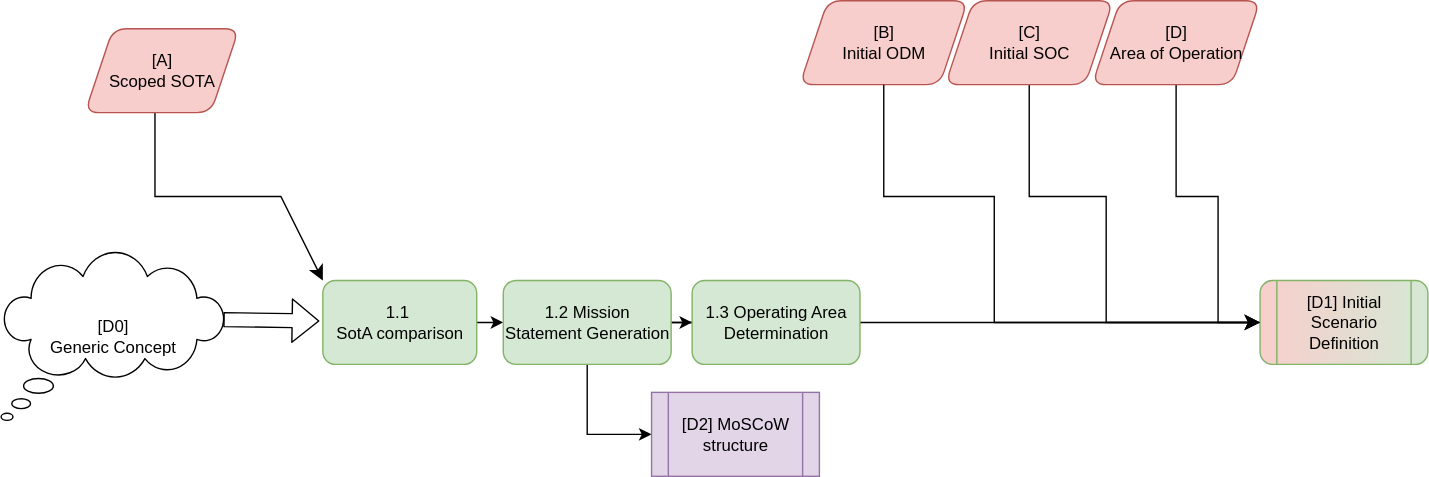
This is diagrams/step-1.svg from TortoiseFather/sacred-site, a draw.io export, as it was before one commit. Source tidied: cells renumbered, new cells last; positions are measured from the earlier drawing's top-left corner, leaving out a move shared by most shapes.
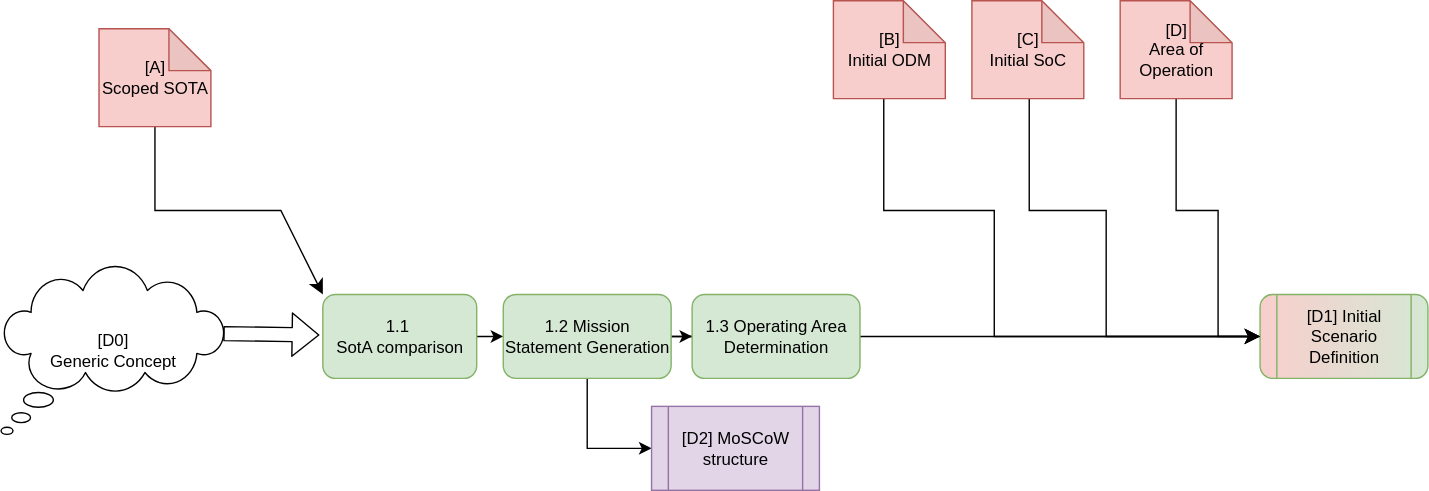
Later version of the same file.

The edit, as a diff of the source:
```diff
@@ -36,9 +36,6 @@
         </Array>
       </mxGeometry>
     </mxCell>
-    <mxCell id="10" value="&lt;div&gt;&lt;span style=&quot;color: rgb(0, 0, 0);&quot;&gt;[A]&lt;/span&gt;&lt;/div&gt;&lt;div&gt;&lt;span style=&quot;color: rgb(0, 0, 0);&quot;&gt;Scoped SOTA&lt;/span&gt;&lt;/div&gt;" style="shape=parallelogram;perimeter=parallelogramPerimeter;whiteSpace=wrap;html=1;fixedSize=1;rounded=1;strokeColor=#b85450;fillColor=#f8cecc;" parent="1" vertex="1">
-      <mxGeometry x="60" y="20" width="110" height="60" as="geometry" />
-    </mxCell>
     <mxCell id="11" value="&lt;div&gt;1.1&amp;nbsp;&lt;/div&gt;&lt;div&gt;SotA comparison&lt;/div&gt;" style="rounded=1;whiteSpace=wrap;html=1;strokeColor=#82b366;fillColor=#d5e8d4;" parent="1" vertex="1">
       <mxGeometry x="230" y="200" width="110" height="60" as="geometry" />
     </mxCell>
@@ -48,8 +45,9 @@
     <mxCell id="13" value="1.3 Operating Area Determination" style="rounded=1;whiteSpace=wrap;html=1;strokeColor=#82b366;fillColor=#d5e8d4;" parent="1" vertex="1">
       <mxGeometry x="494" y="200" width="120" height="60" as="geometry" />
     </mxCell>
-    <mxCell id="14" style="edgeStyle=none;curved=0;rounded=0;jettySize=auto;html=1;entryX=0;entryY=0.5;entryDx=0;entryDy=0;fontSize=12;startSize=8;endSize=8;strokeColor=#000000;" parent="1" edge="1" source="15">
+    <mxCell id="14" style="edgeStyle=none;curved=0;rounded=0;orthogonalLoop=1;jettySize=auto;html=1;entryX=0;entryY=0.5;entryDx=0;entryDy=0;fontSize=12;startSize=8;endSize=8;strokeColor=#000000;" parent="1" edge="1">
       <mxGeometry relative="1" as="geometry">
+        <mxPoint x="840" y="60" as="sourcePoint" />
         <mxPoint x="930" y="230" as="targetPoint" />
         <Array as="points">
           <mxPoint x="840" y="140" />
@@ -58,17 +56,12 @@
         </Array>
       </mxGeometry>
     </mxCell>
-    <mxCell id="15" value="[D]&lt;div&gt;&lt;span style=&quot;color: rgb(0, 0, 0);&quot;&gt;Area of Operation&lt;/span&gt;&lt;/div&gt;" style="shape=parallelogram;perimeter=parallelogramPerimeter;whiteSpace=wrap;html=1;fixedSize=1;rounded=1;strokeColor=#b85450;fillColor=#f8cecc;" parent="1" vertex="1">
-      <mxGeometry x="780" width="120" height="60" as="geometry" />
-    </mxCell>
     <mxCell id="16" value="[D1] Initial Scenario Definition" style="shape=process;whiteSpace=wrap;html=1;backgroundOutline=1;rounded=1;strokeColor=#82b366;fillColor=#d5e8d4;gradientDirection=west;gradientColor=#F8CECC;" parent="1" vertex="1">
       <mxGeometry x="900" y="200" width="120" height="60" as="geometry" />
     </mxCell>
-    <mxCell id="17" value="&lt;div&gt;&lt;span style=&quot;color: rgb(0, 0, 0);&quot;&gt;[B]&lt;/span&gt;&lt;/div&gt;&lt;div&gt;&lt;span style=&quot;color: rgb(0, 0, 0);&quot;&gt;Initial ODM&lt;/span&gt;&lt;/div&gt;" style="shape=parallelogram;perimeter=parallelogramPerimeter;whiteSpace=wrap;html=1;fixedSize=1;rounded=1;strokeColor=#b85450;fillColor=#f8cecc;" parent="1" vertex="1">
-      <mxGeometry x="571" width="120" height="60" as="geometry" />
-    </mxCell>
-    <mxCell id="18" style="edgeStyle=none;curved=0;rounded=0;jettySize=auto;html=1;exitX=0.5;exitY=1;exitDx=0;exitDy=0;entryX=0;entryY=0.5;entryDx=0;entryDy=0;fontSize=12;startSize=8;endSize=8;strokeColor=#000000;" parent="1" edge="1" source="19" target="16">
+    <mxCell id="18" style="edgeStyle=none;curved=0;rounded=0;jettySize=auto;html=1;exitX=0.5;exitY=1;exitDx=0;exitDy=0;entryX=0;entryY=0.5;entryDx=0;entryDy=0;fontSize=12;startSize=8;endSize=8;strokeColor=#000000;" parent="1" edge="1" target="16">
       <mxGeometry relative="1" as="geometry">
+        <mxPoint x="735" y="60" as="sourcePoint" />
         <Array as="points">
           <mxPoint x="735" y="140" />
           <mxPoint x="790" y="140" />
@@ -76,11 +69,9 @@
         </Array>
       </mxGeometry>
     </mxCell>
-    <mxCell id="19" value="&lt;span style=&quot;color: rgb(0, 0, 0);&quot;&gt;[C]&lt;/span&gt;&lt;div&gt;&lt;span style=&quot;color: rgb(0, 0, 0);&quot;&gt;Initial SOC&lt;/span&gt;&lt;/div&gt;" style="shape=parallelogram;perimeter=parallelogramPerimeter;whiteSpace=wrap;html=1;fixedSize=1;rounded=1;strokeColor=#b85450;fillColor=#f8cecc;" parent="1" vertex="1">
-      <mxGeometry x="675" width="120" height="60" as="geometry" />
-    </mxCell>
-    <mxCell id="20" style="endArrow=classic;html=1;rounded=0;fontSize=12;startSize=8;endSize=8;curved=0;exitX=0.5;exitY=1;exitDx=0;exitDy=0;entryX=0;entryY=0.5;entryDx=0;entryDy=0;strokeColor=#000000;" parent="1" edge="1" source="17" target="16">
+    <mxCell id="20" style="endArrow=classic;html=1;rounded=0;fontSize=12;startSize=8;endSize=8;curved=0;exitX=0.5;exitY=1;exitDx=0;exitDy=0;entryX=0;entryY=0.5;entryDx=0;entryDy=0;strokeColor=#000000;" parent="1" edge="1" target="16">
       <mxGeometry relative="1" as="geometry">
+        <mxPoint x="631" y="60" as="sourcePoint" />
         <Array as="points">
           <mxPoint x="631" y="140" />
           <mxPoint x="710" y="140" />
@@ -91,5 +82,17 @@
     <mxCell id="21" value="&lt;div&gt;&lt;span style=&quot;color: rgb(0, 0, 0);&quot;&gt;[D2] MoSCoW structure&lt;/span&gt;&lt;/div&gt;" style="shape=process;whiteSpace=wrap;html=1;backgroundOutline=1;fillColor=#e1d5e7;strokeColor=#9673a6;gradientDirection=west;" parent="1" vertex="1">
       <mxGeometry x="465" y="280" width="120" height="60" as="geometry" />
     </mxCell>
+    <mxCell id="10" value="&lt;div&gt;&lt;span style=&quot;color: rgb(0, 0, 0);&quot;&gt;[A]&lt;/span&gt;&lt;/div&gt;&lt;div&gt;&lt;span style=&quot;color: rgb(0, 0, 0);&quot;&gt;Scoped SOTA&lt;/span&gt;&lt;/div&gt;" style="shape=note;whiteSpace=wrap;html=1;backgroundOutline=1;darkOpacity=0.05;fillColor=#f8cecc;strokeColor=#b85450;" parent="1" vertex="1">
+      <mxGeometry x="70" y="10" width="80" height="70" as="geometry" />
+    </mxCell>
+    <mxCell id="17" value="&lt;div&gt;[B]&lt;/div&gt;&lt;div&gt;Initial ODM&lt;/div&gt;" style="shape=note;whiteSpace=wrap;html=1;backgroundOutline=1;darkOpacity=0.05;fillColor=#f8cecc;strokeColor=#b85450;" parent="1" vertex="1">
+      <mxGeometry x="595" y="-10" width="80" height="70" as="geometry" />
+    </mxCell>
+    <mxCell id="22" value="&lt;div&gt;[C]&lt;/div&gt;&lt;div&gt;Initial SoC&lt;/div&gt;" style="shape=note;whiteSpace=wrap;html=1;backgroundOutline=1;darkOpacity=0.05;fillColor=#f8cecc;strokeColor=#b85450;" parent="1" vertex="1">
+      <mxGeometry x="694" y="-10" width="80" height="70" as="geometry" />
+    </mxCell>
+    <mxCell id="15" value="&lt;div&gt;[D]&lt;/div&gt;&lt;div&gt;Area of Operation&lt;/div&gt;" style="shape=note;whiteSpace=wrap;html=1;backgroundOutline=1;darkOpacity=0.05;fillColor=#f8cecc;strokeColor=#b85450;" parent="1" vertex="1">
+      <mxGeometry x="800" y="-10" width="80" height="70" as="geometry" />
+    </mxCell>
   </root>
 </mxGraphModel>
```
